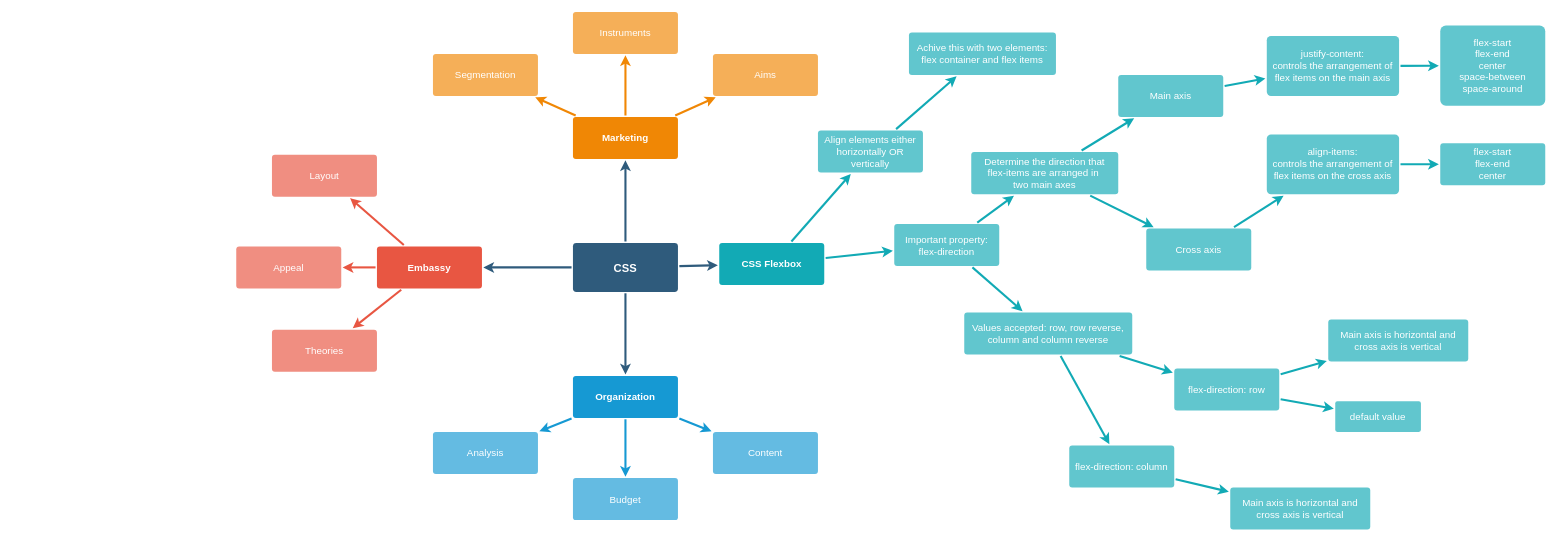
liegele/estudos keeps this draw.io diagram as freecodecamp/css/how-to-use-css-grid-and-flex-to-create-a-responsive-web-page/css-flexbox-and-css-grid.drawio. Above is the earlier version. Source tidied: cells renumbered, new cells numbered last; positions are measured from the earlier drawing's top-left corner, leaving out a move shared by most shapes. Both pictures are drawn from the tidied source at 70%, with x=0, y=0 at pixel (236, 11).
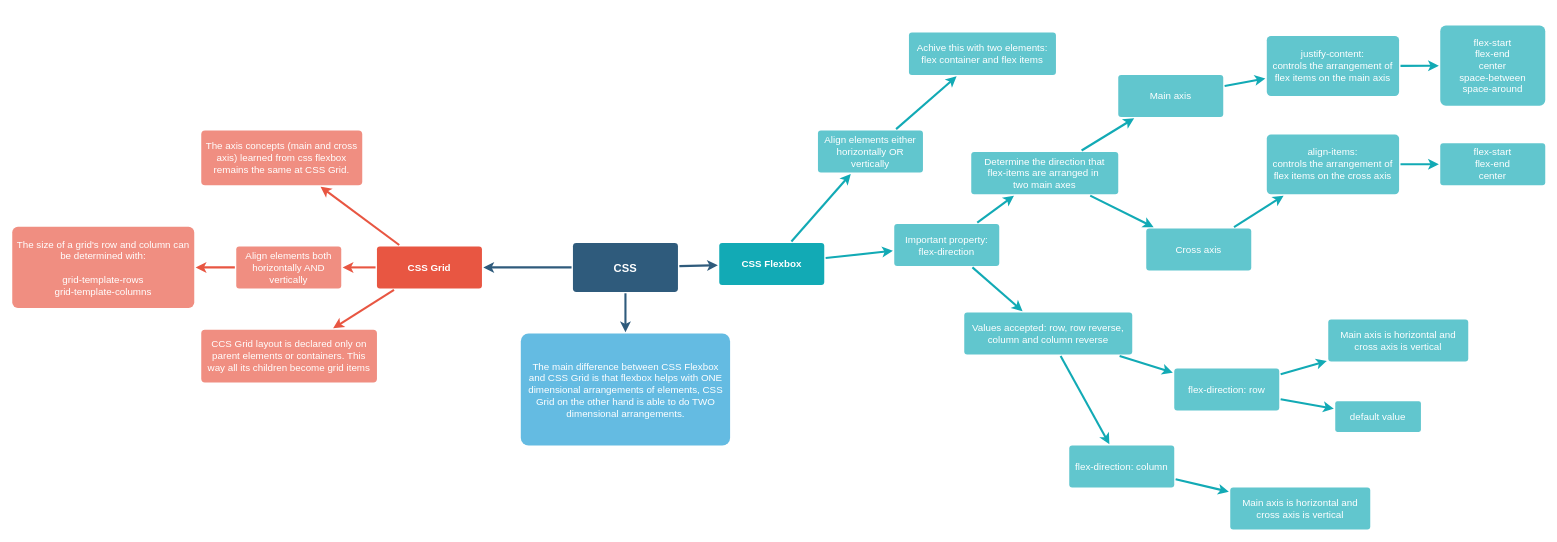
The same page after the edit.

Unchanged cells that the change refers to:
```xml
<mxCell id="6" value="CSS" style="rounded=1;whiteSpace=wrap;html=1;shadow=0;labelBackgroundColor=none;strokeColor=none;strokeWidth=3;fillColor=#2F5B7C;fontFamily=Helvetica;fontSize=16;fontColor=#FFFFFF;align=center;fontStyle=1;spacing=5;arcSize=7;perimeterSpacing=2;" parent="1" vertex="1">
  <mxGeometry x="481" y="330.5" width="150" height="70" as="geometry" />
</mxCell>
```

The edit, as a diff of the source:
```diff
@@
-    <mxCell id="2" style="edgeStyle=none;rounded=0;jumpStyle=none;html=1;shadow=0;labelBackgroundColor=none;startArrow=none;startFill=0;endArrow=classic;endFill=1;jettySize=auto;strokeColor=#2F5B7C;strokeWidth=3;fontFamily=Helvetica;fontSize=16;fontColor=#23445D;spacing=5;" parent="1" edge="1" source="6" target="21">
-      <mxGeometry relative="1" as="geometry" />
-    </mxCell>
@@
-    <mxCell id="4" style="edgeStyle=none;rounded=0;jumpStyle=none;html=1;shadow=0;labelBackgroundColor=none;startArrow=none;startFill=0;endArrow=classic;endFill=1;jettySize=auto;strokeColor=#2F5B7C;strokeWidth=3;fontFamily=Helvetica;fontSize=16;fontColor=#23445D;spacing=5;" parent="1" edge="1" source="6" target="17">
+    <mxCell id="4" style="edgeStyle=none;rounded=0;jumpStyle=none;html=1;shadow=0;labelBackgroundColor=none;startArrow=none;startFill=0;endArrow=classic;endFill=1;jettySize=auto;strokeColor=#2F5B7C;strokeWidth=3;fontFamily=Helvetica;fontSize=16;fontColor=#23445D;spacing=5;" parent="1" edge="1" source="6" target="20">
       <mxGeometry relative="1" as="geometry" />
     </mxCell>
@@
-    <mxCell id="10" value="Embassy" style="rounded=1;whiteSpace=wrap;html=1;shadow=0;labelBackgroundColor=none;strokeColor=none;strokeWidth=3;fillColor=#e85642;fontFamily=Helvetica;fontSize=14;fontColor=#FFFFFF;align=center;spacing=5;fontStyle=1;arcSize=7;perimeterSpacing=2;" parent="1" vertex="1">
+    <mxCell id="10" value="CSS Grid" style="rounded=1;whiteSpace=wrap;html=1;shadow=0;labelBackgroundColor=none;strokeColor=none;strokeWidth=3;fillColor=#e85642;fontFamily=Helvetica;fontSize=14;fontColor=#FFFFFF;align=center;spacing=5;fontStyle=1;arcSize=7;perimeterSpacing=2;" parent="1" vertex="1">
       <mxGeometry x="201" y="335.5" width="150" height="60" as="geometry" />
     </mxCell>
-    <mxCell id="11" value="Theories" style="rounded=1;whiteSpace=wrap;html=1;shadow=0;labelBackgroundColor=none;strokeColor=none;strokeWidth=3;fillColor=#f08e81;fontFamily=Helvetica;fontSize=14;fontColor=#FFFFFF;align=center;spacing=5;fontStyle=0;arcSize=7;perimeterSpacing=2;" parent="1" vertex="1">
-      <mxGeometry x="51" y="454.5" width="150" height="60" as="geometry" />
+    <mxCell id="11" value="CCS Grid layout is declared only on parent elements or containers. This way all its children become grid items" style="rounded=1;whiteSpace=wrap;html=1;shadow=0;labelBackgroundColor=none;strokeColor=none;strokeWidth=3;fillColor=#f08e81;fontFamily=Helvetica;fontSize=14;fontColor=#FFFFFF;align=center;spacing=5;fontStyle=0;arcSize=7;perimeterSpacing=2;" parent="1" vertex="1">
+      <mxGeometry x="-50" y="454.5" width="251" height="75.5" as="geometry" />
     </mxCell>
-    <mxCell id="12" value="Appeal" style="rounded=1;whiteSpace=wrap;html=1;shadow=0;labelBackgroundColor=none;strokeColor=none;strokeWidth=3;fillColor=#f08e81;fontFamily=Helvetica;fontSize=14;fontColor=#FFFFFF;align=center;spacing=5;fontStyle=0;arcSize=7;perimeterSpacing=2;" parent="1" vertex="1">
+    <mxCell id="12" value="Align elements both horizontally AND vertically" style="rounded=1;whiteSpace=wrap;html=1;shadow=0;labelBackgroundColor=none;strokeColor=none;strokeWidth=3;fillColor=#f08e81;fontFamily=Helvetica;fontSize=14;fontColor=#FFFFFF;align=center;spacing=5;fontStyle=0;arcSize=7;perimeterSpacing=2;" parent="1" vertex="1">
       <mxGeometry y="335.5" width="150" height="60" as="geometry" />
     </mxCell>
-    <mxCell id="13" value="Layout" style="rounded=1;whiteSpace=wrap;html=1;shadow=0;labelBackgroundColor=none;strokeColor=none;strokeWidth=3;fillColor=#f08e81;fontFamily=Helvetica;fontSize=14;fontColor=#FFFFFF;align=center;spacing=5;fontStyle=0;arcSize=7;perimeterSpacing=2;" parent="1" vertex="1">
-      <mxGeometry x="51" y="204.5" width="150" height="60" as="geometry" />
+    <mxCell id="13" value="The axis concepts (main and cross axis) learned from css flexbox remains the same at CSS Grid." style="rounded=1;whiteSpace=wrap;html=1;shadow=0;labelBackgroundColor=none;strokeColor=none;strokeWidth=3;fillColor=#f08e81;fontFamily=Helvetica;fontSize=14;fontColor=#FFFFFF;align=center;spacing=5;fontStyle=0;arcSize=7;perimeterSpacing=2;" parent="1" vertex="1">
+      <mxGeometry x="-50" y="170" width="230" height="78.2" as="geometry" />
     </mxCell>
-    <mxCell id="14" style="edgeStyle=none;rounded=0;jumpStyle=none;html=1;shadow=0;labelBackgroundColor=none;startArrow=none;startFill=0;endArrow=classic;endFill=1;jettySize=auto;strokeColor=#1699D3;strokeWidth=3;fontFamily=Helvetica;fontSize=14;fontColor=#FFFFFF;spacing=5;" parent="1" edge="1" source="17" target="20">
-      <mxGeometry relative="1" as="geometry" />
-    </mxCell>
-    <mxCell id="15" style="edgeStyle=none;rounded=0;jumpStyle=none;html=1;shadow=0;labelBackgroundColor=none;startArrow=none;startFill=0;endArrow=classic;endFill=1;jettySize=auto;strokeColor=#1699D3;strokeWidth=3;fontFamily=Helvetica;fontSize=14;fontColor=#FFFFFF;spacing=5;" parent="1" edge="1" source="17" target="19">
-      <mxGeometry relative="1" as="geometry" />
-    </mxCell>
-    <mxCell id="16" style="edgeStyle=none;rounded=0;jumpStyle=none;html=1;shadow=0;labelBackgroundColor=none;startArrow=none;startFill=0;endArrow=classic;endFill=1;jettySize=auto;strokeColor=#1699D3;strokeWidth=3;fontFamily=Helvetica;fontSize=14;fontColor=#FFFFFF;spacing=5;" parent="1" edge="1" source="17" target="18">
-      <mxGeometry relative="1" as="geometry" />
-    </mxCell>
-    <mxCell id="17" value="Organization" style="rounded=1;whiteSpace=wrap;html=1;shadow=0;labelBackgroundColor=none;strokeColor=none;strokeWidth=3;fillColor=#1699d3;fontFamily=Helvetica;fontSize=14;fontColor=#FFFFFF;align=center;spacing=5;fontStyle=1;arcSize=7;perimeterSpacing=2;" parent="1" vertex="1">
-      <mxGeometry x="481" y="520.5" width="150" height="60" as="geometry" />
-    </mxCell>
-    <mxCell id="18" value="Content" style="rounded=1;whiteSpace=wrap;html=1;shadow=0;labelBackgroundColor=none;strokeColor=none;strokeWidth=3;fillColor=#64bbe2;fontFamily=Helvetica;fontSize=14;fontColor=#FFFFFF;align=center;spacing=5;arcSize=7;perimeterSpacing=2;" parent="1" vertex="1">
-      <mxGeometry x="681" y="600.5" width="150" height="60" as="geometry" />
-    </mxCell>
-    <mxCell id="19" value="Budget" style="rounded=1;whiteSpace=wrap;html=1;shadow=0;labelBackgroundColor=none;strokeColor=none;strokeWidth=3;fillColor=#64bbe2;fontFamily=Helvetica;fontSize=14;fontColor=#FFFFFF;align=center;spacing=5;arcSize=7;perimeterSpacing=2;" parent="1" vertex="1">
-      <mxGeometry x="481" y="666.5" width="150" height="60" as="geometry" />
-    </mxCell>
-    <mxCell id="20" value="Analysis" style="rounded=1;whiteSpace=wrap;html=1;shadow=0;labelBackgroundColor=none;strokeColor=none;strokeWidth=3;fillColor=#64bbe2;fontFamily=Helvetica;fontSize=14;fontColor=#FFFFFF;align=center;spacing=5;arcSize=7;perimeterSpacing=2;" parent="1" vertex="1">
-      <mxGeometry x="281" y="600.5" width="150" height="60" as="geometry" />
+    <mxCell id="20" value="The main difference between CSS Flexbox and CSS Grid is that flexbox helps with ONE dimensional arrangements of elements, CSS Grid on the other hand is able to do TWO dimensional arrangements." style="rounded=1;whiteSpace=wrap;html=1;shadow=0;labelBackgroundColor=none;strokeColor=none;strokeWidth=3;fillColor=#64bbe2;fontFamily=Helvetica;fontSize=14;fontColor=#FFFFFF;align=center;spacing=5;arcSize=7;perimeterSpacing=2;" parent="1" vertex="1">
+      <mxGeometry x="406.5" y="460" width="299" height="160" as="geometry" />
     </mxCell>
-    <mxCell id="21" value="Marketing" style="rounded=1;whiteSpace=wrap;html=1;shadow=0;labelBackgroundColor=none;strokeColor=none;strokeWidth=3;fillColor=#F08705;fontFamily=Helvetica;fontSize=14;fontColor=#FFFFFF;align=center;spacing=5;fontStyle=1;arcSize=7;perimeterSpacing=2;" parent="1" vertex="1">
-      <mxGeometry x="481" y="150.5" width="150" height="60" as="geometry" />
-    </mxCell>
-    <mxCell id="22" value="Aims&lt;br&gt;" style="rounded=1;whiteSpace=wrap;html=1;shadow=0;labelBackgroundColor=none;strokeColor=none;strokeWidth=3;fillColor=#f5af58;fontFamily=Helvetica;fontSize=14;fontColor=#FFFFFF;align=center;spacing=5;arcSize=7;perimeterSpacing=2;" parent="1" vertex="1">
-      <mxGeometry x="681" y="60.5" width="150" height="60" as="geometry" />
-    </mxCell>
-    <mxCell id="23" style="edgeStyle=none;rounded=0;jumpStyle=none;html=1;shadow=0;labelBackgroundColor=none;startArrow=none;startFill=0;endArrow=classic;endFill=1;jettySize=auto;strokeColor=#F08705;strokeWidth=3;fontFamily=Helvetica;fontSize=14;fontColor=#FFFFFF;spacing=5;" parent="1" edge="1" source="21" target="22">
-      <mxGeometry relative="1" as="geometry" />
-    </mxCell>
-    <mxCell id="24" value="Instruments" style="rounded=1;whiteSpace=wrap;html=1;shadow=0;labelBackgroundColor=none;strokeColor=none;strokeWidth=3;fillColor=#f5af58;fontFamily=Helvetica;fontSize=14;fontColor=#FFFFFF;align=center;spacing=5;arcSize=7;perimeterSpacing=2;" parent="1" vertex="1">
-      <mxGeometry x="481" y="0.5" width="150" height="60" as="geometry" />
-    </mxCell>
-    <mxCell id="25" style="edgeStyle=none;rounded=0;jumpStyle=none;html=1;shadow=0;labelBackgroundColor=none;startArrow=none;startFill=0;endArrow=classic;endFill=1;jettySize=auto;strokeColor=#F08705;strokeWidth=3;fontFamily=Helvetica;fontSize=14;fontColor=#FFFFFF;spacing=5;" parent="1" edge="1" source="21" target="24">
-      <mxGeometry relative="1" as="geometry" />
-    </mxCell>
-    <mxCell id="26" value="Segmentation" style="rounded=1;whiteSpace=wrap;html=1;shadow=0;labelBackgroundColor=none;strokeColor=none;strokeWidth=3;fillColor=#f5af58;fontFamily=Helvetica;fontSize=14;fontColor=#FFFFFF;align=center;spacing=5;arcSize=7;perimeterSpacing=2;" parent="1" vertex="1">
-      <mxGeometry x="281" y="60.5" width="150" height="60" as="geometry" />
-    </mxCell>
-    <mxCell id="27" style="edgeStyle=none;rounded=0;jumpStyle=none;html=1;shadow=0;labelBackgroundColor=none;startArrow=none;startFill=0;endArrow=classic;endFill=1;jettySize=auto;strokeColor=#F08705;strokeWidth=3;fontFamily=Helvetica;fontSize=14;fontColor=#FFFFFF;spacing=5;" parent="1" edge="1" source="21" target="26">
-      <mxGeometry relative="1" as="geometry" />
-    </mxCell>
@@
+    <mxCell id="61" style="edgeStyle=none;rounded=1;jumpStyle=none;html=1;shadow=0;labelBackgroundColor=none;startArrow=none;startFill=0;jettySize=auto;strokeColor=#E85642;strokeWidth=3;fontFamily=Helvetica;fontSize=14;fontColor=#FFFFFF;spacing=5;fontStyle=1;fillColor=#b0e3e6;" parent="1" edge="1" source="12" target="62">
+      <mxGeometry relative="1" as="geometry" />
+    </mxCell>
+    <mxCell id="62" value="The size of a grid's row and column can be determined with: &lt;br&gt;&lt;br&gt;grid-template-rows &lt;br&gt;grid-template-columns" style="rounded=1;whiteSpace=wrap;html=1;shadow=0;labelBackgroundColor=none;strokeColor=none;strokeWidth=3;fillColor=#f08e81;fontFamily=Helvetica;fontSize=14;fontColor=#FFFFFF;align=center;spacing=5;fontStyle=0;arcSize=7;perimeterSpacing=2;" parent="1" vertex="1">
+      <mxGeometry x="-320" y="307.5" width="260" height="116" as="geometry" />
+    </mxCell>
```
